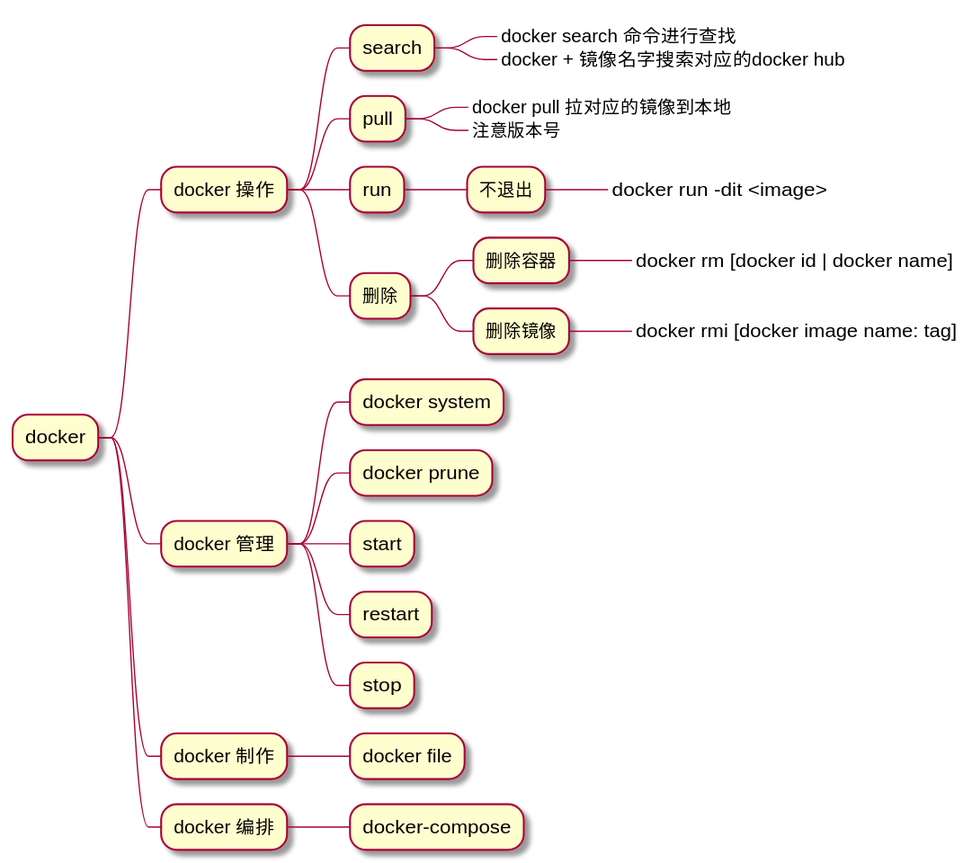
Earlier version of the PlantUML export linux/docker/img/docker-overview.svg (linc5403/note). The source it was exported from:
```plantuml
@startmindmap
* docker
** docker 操作
*** search
****_ docker search 命令进行查找
****_ docker + 镜像名字搜索对应的docker hub
*** pull
****_ docker pull 拉对应的镜像到本地
****_ 注意版本号
*** run
**** 不退出
*****_ docker run -dit <image>
*** 删除
**** 删除容器
*****_ docker rm [docker id | docker name]
**** 删除镜像
*****_ docker rmi [docker image name: tag]
** docker 管理
*** docker system
*** docker prune
*** start
*** restart
*** stop
** docker 制作
*** docker file
** docker 编排
*** docker-compose

@endmindmap
```
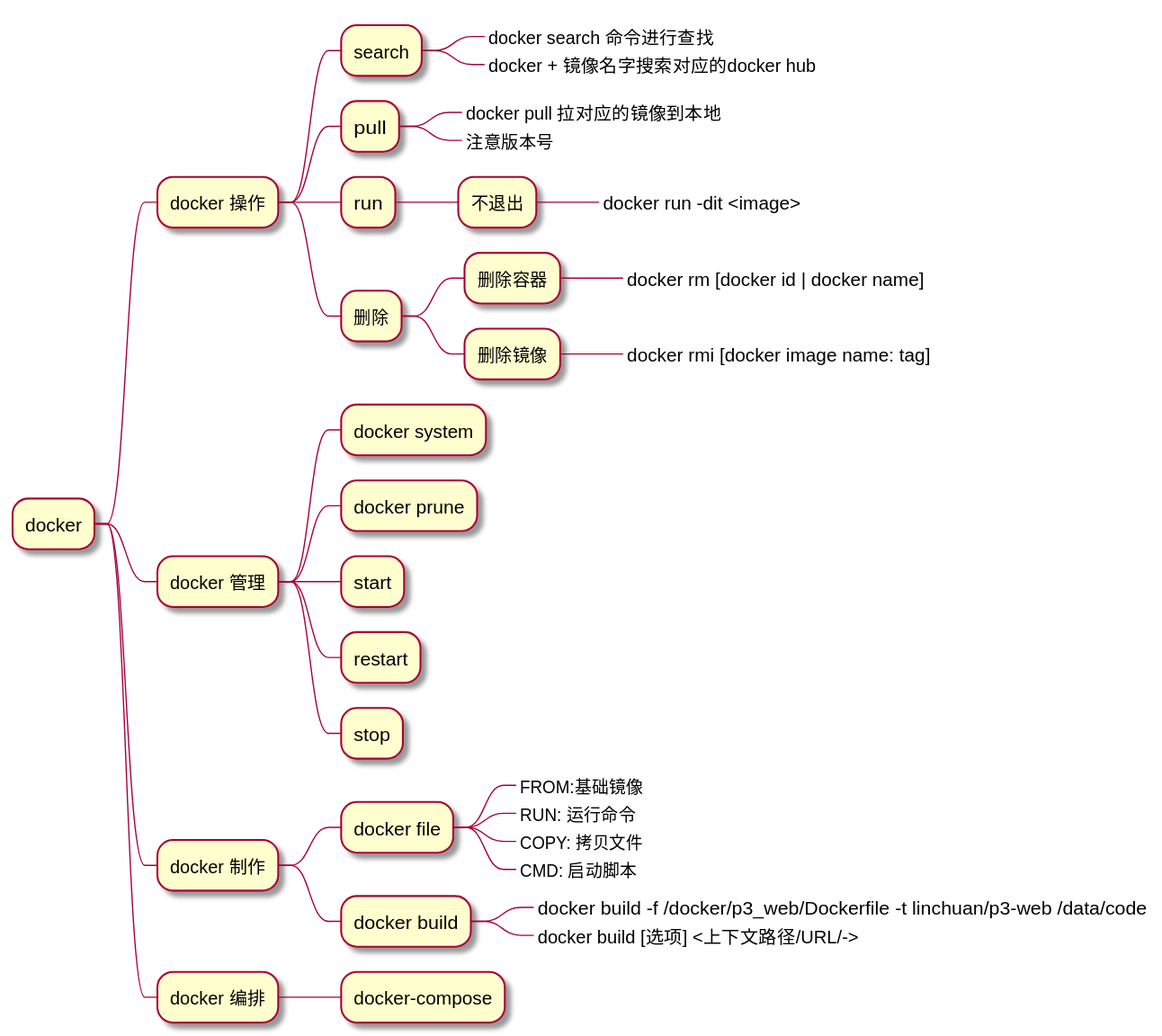
The same diagram one commit later.

The edit, as a diff of the source:
```diff
@@ -23,6 +23,13 @@
 *** stop
 ** docker 制作
 *** docker file
+****_ FROM:基础镜像
+****_ RUN: 运行命令
+****_ COPY: 拷贝文件
+****_ CMD: 启动脚本
+*** docker build
+****_ docker build -f ~/docker/p3_web/Dockerfile -t linchuan/p3-web /data/code
+****_ docker build [选项] <上下文路径/URL/->
 ** docker 编排
 *** docker-compose
 
```
